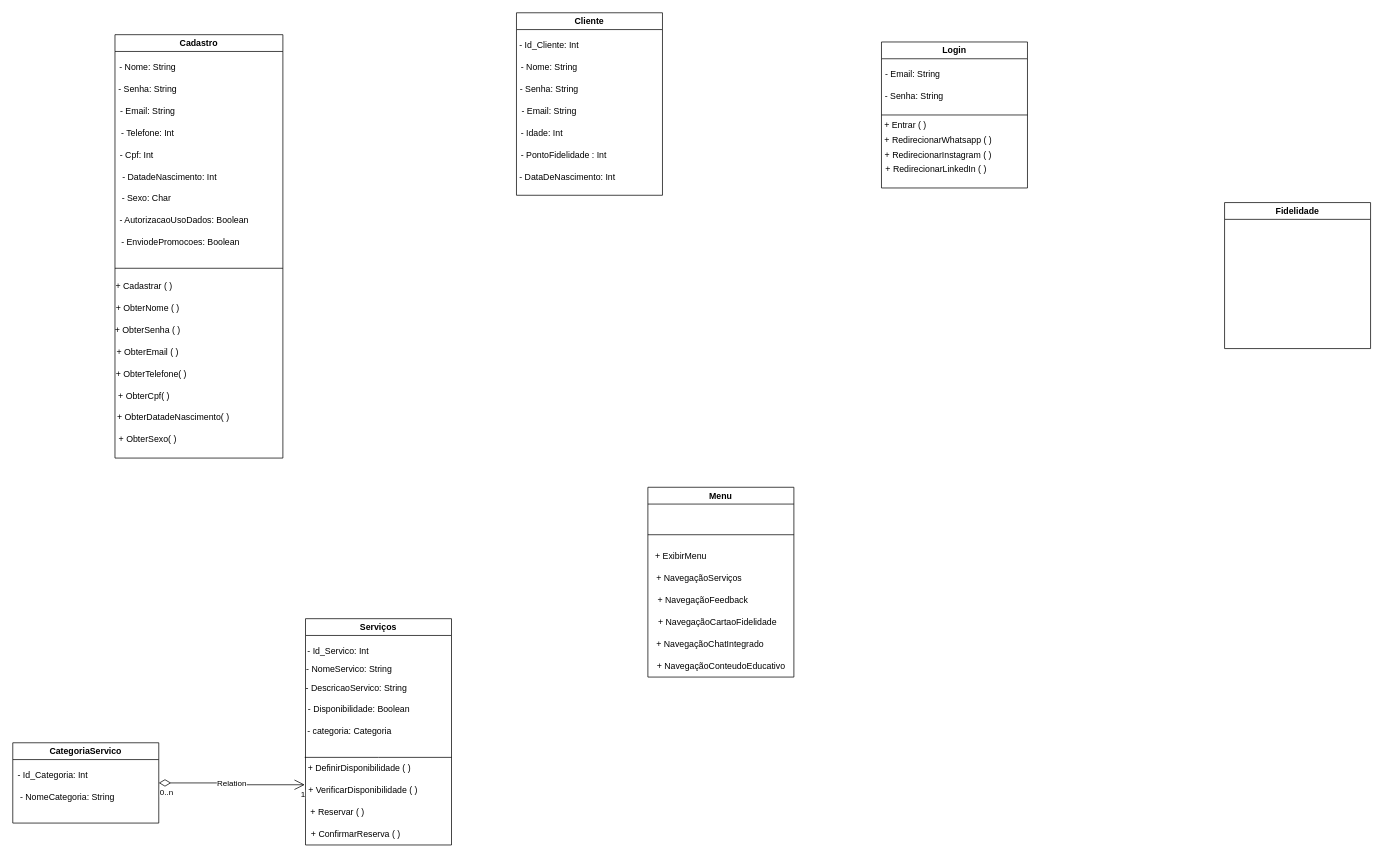
The draw.io diagram Diagrama sem nome.drawio in mateusgts007/Projetos, before the edit. Source tidied: cells renumbered, new cells numbered last; positions are measured from the earlier drawing's top-left corner, leaving out a move shared by most shapes. Both pictures are drawn from the tidied source at 73%, with x=0, y=0 at pixel (12, 12).
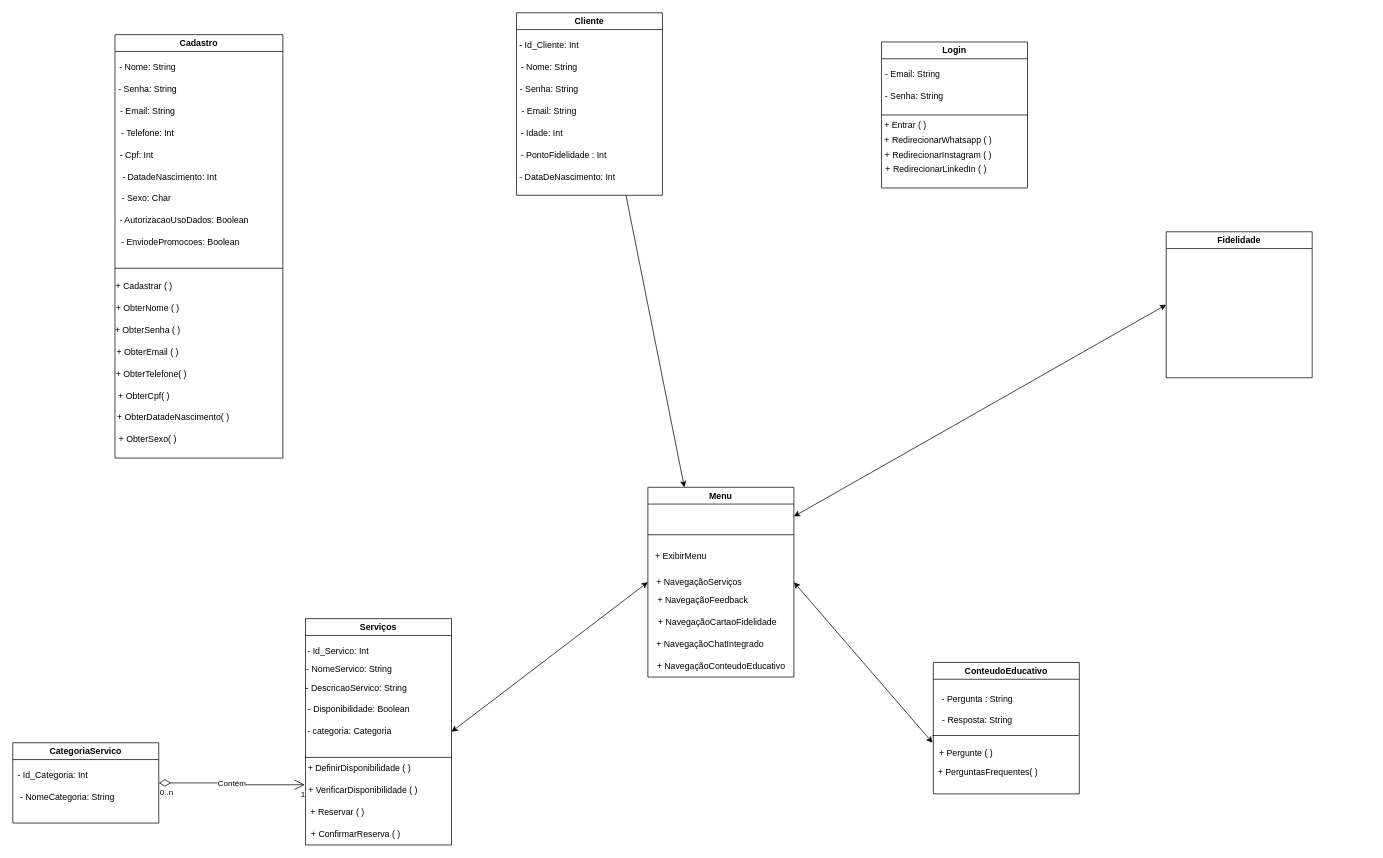
The same page after the edit.

The change refers to these unchanged cells:
```xml
<mxCell id="2" value="Menu" style="swimlane;whiteSpace=wrap;html=1;startSize=23;" parent="1" vertex="1">
  <mxGeometry x="870" y="650" width="200" height="260" as="geometry" />
</mxCell>
<mxCell id="37" value="Serviços" style="swimlane;whiteSpace=wrap;html=1;" parent="1" vertex="1">
  <mxGeometry x="401" y="830" width="200" height="310" as="geometry" />
</mxCell>
<mxCell id="43" value="+ VerificarDisponibilidade ( )" style="text;html=1;align=center;verticalAlign=middle;whiteSpace=wrap;rounded=0;" parent="37" vertex="1">
  <mxGeometry x="-1" y="220" width="160" height="30" as="geometry" />
</mxCell>
<mxCell id="48" value="CategoriaServico" style="swimlane;whiteSpace=wrap;html=1;" parent="1" vertex="1">
  <mxGeometry y="1000" width="200" height="110" as="geometry" />
</mxCell>
<mxCell id="55" value="Cliente" style="swimlane;whiteSpace=wrap;html=1;" parent="1" vertex="1">
  <mxGeometry x="690" width="200" height="250" as="geometry" />
</mxCell>
```

The edit, as a diff of the source:
```diff
@@
     <mxCell id="3" value="+ NavegaçãoServiços" style="text;html=1;align=center;verticalAlign=middle;strokeColor=none;fillColor=none;" parent="2" vertex="1">
-      <mxGeometry y="110" width="140" height="30" as="geometry" />
+      <mxGeometry y="115" width="140" height="30" as="geometry" />
     </mxCell>
@@
-    <mxCell id="51" value="Relation" style="endArrow=open;html=1;endSize=12;startArrow=diamondThin;startSize=14;startFill=0;edgeStyle=orthogonalEdgeStyle;rounded=0;exitX=1;exitY=0.5;exitDx=0;exitDy=0;entryX=0;entryY=0.25;entryDx=0;entryDy=0;" parent="1" edge="1" source="48" target="43">
+    <mxCell id="51" value="Contém" style="endArrow=open;html=1;endSize=12;startArrow=diamondThin;startSize=14;startFill=0;edgeStyle=orthogonalEdgeStyle;rounded=0;exitX=1;exitY=0.5;exitDx=0;exitDy=0;entryX=0;entryY=0.25;entryDx=0;entryDy=0;" parent="1" edge="1" source="48" target="43">
       <mxGeometry relative="1" as="geometry" />
     </mxCell>
@@
     <mxCell id="54" value="Fidelidade" style="swimlane;whiteSpace=wrap;html=1;" parent="1" vertex="1">
-      <mxGeometry x="1660" y="260" width="200" height="200" as="geometry" />
+      <mxGeometry x="1580" y="300" width="200" height="200" as="geometry" />
     </mxCell>
@@
+    <mxCell id="63" value="ConteudoEducativo" style="swimlane;whiteSpace=wrap;html=1;" parent="1" vertex="1">
+      <mxGeometry x="1261" y="890" width="200" height="180" as="geometry" />
+    </mxCell>
+    <mxCell id="64" value="- Pergunta : String" style="text;html=1;align=center;verticalAlign=middle;strokeColor=none;fillColor=none;" parent="63" vertex="1">
+      <mxGeometry y="35" width="120" height="30" as="geometry" />
+    </mxCell>
+    <mxCell id="65" value="- Resposta: String" style="text;html=1;align=center;verticalAlign=middle;strokeColor=none;fillColor=none;" parent="63" vertex="1">
+      <mxGeometry y="65" width="120" height="30" as="geometry" />
+    </mxCell>
+    <mxCell id="66" value="+ PerguntasFrequentes( )" style="text;html=1;align=center;verticalAlign=middle;whiteSpace=wrap;rounded=0;" parent="63" vertex="1">
+      <mxGeometry y="135" width="150" height="30" as="geometry" />
+    </mxCell>
+    <mxCell id="67" value="+ Pergunte ( )" style="text;html=1;align=center;verticalAlign=middle;whiteSpace=wrap;rounded=0;" parent="63" vertex="1">
+      <mxGeometry y="110" width="90" height="30" as="geometry" />
+    </mxCell>
+    <mxCell id="68" style="endArrow=classic;startArrow=classic;html=1;rounded=0;entryX=0;entryY=0.5;entryDx=0;entryDy=0;exitX=1;exitY=0.5;exitDx=0;exitDy=0;" parent="1" edge="1" source="37" target="2">
+      <mxGeometry relative="1" as="geometry" />
+    </mxCell>
+    <mxCell id="69" style="endArrow=classic;startArrow=classic;html=1;rounded=0;entryX=1;entryY=0.5;entryDx=0;entryDy=0;" parent="1" edge="1" target="2">
+      <mxGeometry relative="1" as="geometry">
+        <mxPoint x="1260" y="1000" as="sourcePoint" />
+      </mxGeometry>
+    </mxCell>
+    <mxCell id="70" style="endArrow=none;html=1;rounded=0;" parent="1" edge="1">
+      <mxGeometry relative="1" as="geometry">
+        <mxPoint x="1260" y="990" as="sourcePoint" />
+        <mxPoint x="1460" y="990" as="targetPoint" />
+      </mxGeometry>
+    </mxCell>
+    <mxCell id="71" style="endArrow=classic;html=1;rounded=0;entryX=0.25;entryY=0;entryDx=0;entryDy=0;exitX=0.75;exitY=1;exitDx=0;exitDy=0;" parent="1" edge="1" source="55" target="2">
+      <mxGeometry relative="1" as="geometry" />
+    </mxCell>
+    <mxCell id="72" style="endArrow=classic;startArrow=classic;html=1;rounded=0;entryX=0;entryY=0.5;entryDx=0;entryDy=0;" parent="1" edge="1" target="54">
+      <mxGeometry relative="1" as="geometry">
+        <mxPoint x="1070" y="690" as="sourcePoint" />
+      </mxGeometry>
+    </mxCell>
```
